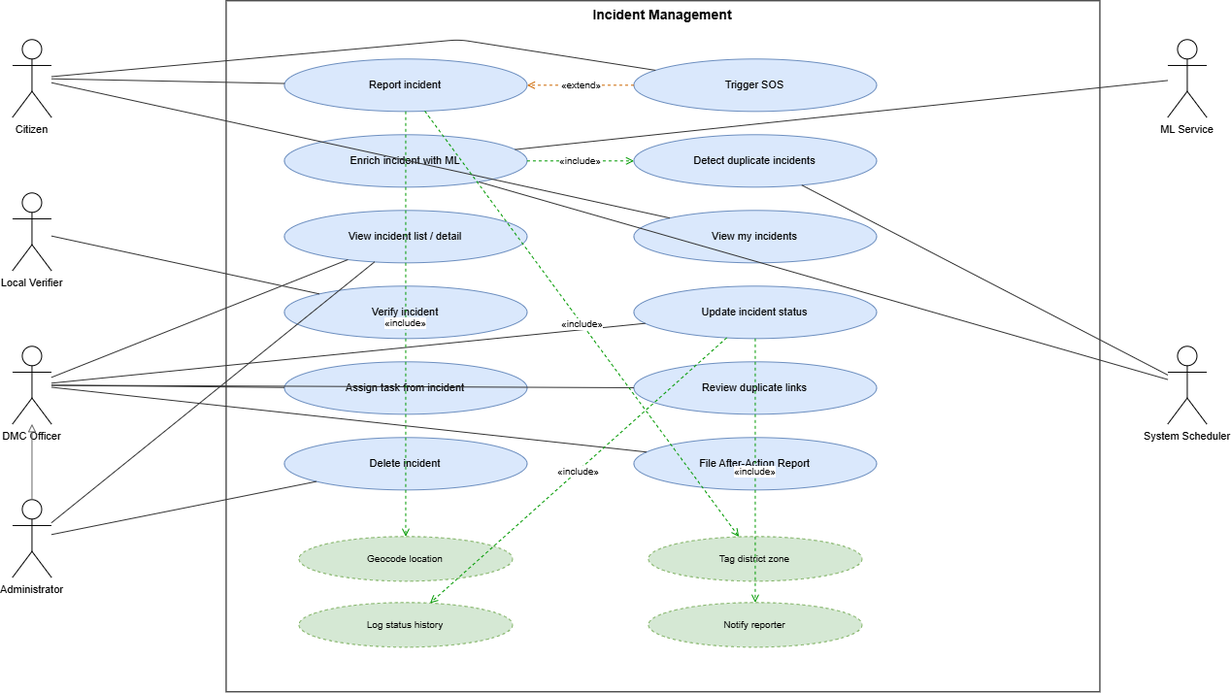
Before: research-report-source/diagrams/pngs/Figure_4.4_UseCase_Incident_Management.drawio.png, a diagram exported from draw.io (DeshanDV1003/Suraksha---Web-App). Source tidied: cells renumbered, new cells last; positions are measured from the earlier drawing's top-left corner, leaving out a move shared by most shapes. Source of this version:
```xml
<mxGraphModel>
  <root>
    <mxCell id="0" />
    <mxCell id="1" parent="0" />
    <mxCell id="2" value="Incident Management" style="rounded=0;whiteSpace=wrap;html=1;verticalAlign=top;fontStyle=1;fontSize=14;fillColor=none;strokeColor=#000000;" parent="1" vertex="1">
      <mxGeometry x="220" width="900" height="712" as="geometry" />
    </mxCell>
    <mxCell id="3" value="Report incident" style="ellipse;whiteSpace=wrap;html=1;fillColor=#dae8fc;strokeColor=#6c8ebf;fontSize=11;" parent="1" vertex="1">
      <mxGeometry x="280" y="60" width="250" height="54" as="geometry" />
    </mxCell>
    <mxCell id="4" value="Trigger SOS" style="ellipse;whiteSpace=wrap;html=1;fillColor=#dae8fc;strokeColor=#6c8ebf;fontSize=11;" parent="1" vertex="1">
      <mxGeometry x="640" y="60" width="250" height="54" as="geometry" />
    </mxCell>
    <mxCell id="5" value="Enrich incident with ML" style="ellipse;whiteSpace=wrap;html=1;fillColor=#dae8fc;strokeColor=#6c8ebf;fontSize=11;" parent="1" vertex="1">
      <mxGeometry x="280" y="138" width="250" height="54" as="geometry" />
    </mxCell>
    <mxCell id="6" value="Detect duplicate incidents" style="ellipse;whiteSpace=wrap;html=1;fillColor=#dae8fc;strokeColor=#6c8ebf;fontSize=11;" parent="1" vertex="1">
      <mxGeometry x="640" y="138" width="250" height="54" as="geometry" />
    </mxCell>
    <mxCell id="7" value="View incident list / detail" style="ellipse;whiteSpace=wrap;html=1;fillColor=#dae8fc;strokeColor=#6c8ebf;fontSize=11;" parent="1" vertex="1">
      <mxGeometry x="280" y="216" width="250" height="54" as="geometry" />
    </mxCell>
    <mxCell id="8" value="View my incidents" style="ellipse;whiteSpace=wrap;html=1;fillColor=#dae8fc;strokeColor=#6c8ebf;fontSize=11;" parent="1" vertex="1">
      <mxGeometry x="640" y="216" width="250" height="54" as="geometry" />
    </mxCell>
    <mxCell id="9" value="Verify incident" style="ellipse;whiteSpace=wrap;html=1;fillColor=#dae8fc;strokeColor=#6c8ebf;fontSize=11;" parent="1" vertex="1">
      <mxGeometry x="280" y="294" width="250" height="54" as="geometry" />
    </mxCell>
    <mxCell id="10" value="Update incident status" style="ellipse;whiteSpace=wrap;html=1;fillColor=#dae8fc;strokeColor=#6c8ebf;fontSize=11;" parent="1" vertex="1">
      <mxGeometry x="640" y="294" width="250" height="54" as="geometry" />
    </mxCell>
    <mxCell id="11" value="Assign task from incident" style="ellipse;whiteSpace=wrap;html=1;fillColor=#dae8fc;strokeColor=#6c8ebf;fontSize=11;" parent="1" vertex="1">
      <mxGeometry x="280" y="372" width="250" height="54" as="geometry" />
    </mxCell>
    <mxCell id="12" value="Review duplicate links" style="ellipse;whiteSpace=wrap;html=1;fillColor=#dae8fc;strokeColor=#6c8ebf;fontSize=11;" parent="1" vertex="1">
      <mxGeometry x="640" y="372" width="250" height="54" as="geometry" />
    </mxCell>
    <mxCell id="13" value="Delete incident" style="ellipse;whiteSpace=wrap;html=1;fillColor=#dae8fc;strokeColor=#6c8ebf;fontSize=11;" parent="1" vertex="1">
      <mxGeometry x="280" y="450" width="250" height="54" as="geometry" />
    </mxCell>
    <mxCell id="14" value="File After-Action Report" style="ellipse;whiteSpace=wrap;html=1;fillColor=#dae8fc;strokeColor=#6c8ebf;fontSize=11;" parent="1" vertex="1">
      <mxGeometry x="640" y="450" width="250" height="54" as="geometry" />
    </mxCell>
    <mxCell id="15" value="Geocode location" style="ellipse;whiteSpace=wrap;html=1;fillColor=#d5e8d4;strokeColor=#82b366;dashed=1;fontSize=10;" parent="1" vertex="1">
      <mxGeometry x="295" y="552" width="220" height="46" as="geometry" />
    </mxCell>
    <mxCell id="16" value="Tag district zone" style="ellipse;whiteSpace=wrap;html=1;fillColor=#d5e8d4;strokeColor=#82b366;dashed=1;fontSize=10;" parent="1" vertex="1">
      <mxGeometry x="655" y="552" width="220" height="46" as="geometry" />
    </mxCell>
    <mxCell id="17" value="Log status history" style="ellipse;whiteSpace=wrap;html=1;fillColor=#d5e8d4;strokeColor=#82b366;dashed=1;fontSize=10;" parent="1" vertex="1">
      <mxGeometry x="295" y="620" width="220" height="46" as="geometry" />
    </mxCell>
    <mxCell id="18" value="Notify reporter" style="ellipse;whiteSpace=wrap;html=1;fillColor=#d5e8d4;strokeColor=#82b366;dashed=1;fontSize=10;" parent="1" vertex="1">
      <mxGeometry x="655" y="620" width="220" height="46" as="geometry" />
    </mxCell>
    <mxCell id="19" value="Citizen" style="shape=umlActor;verticalLabelPosition=bottom;verticalAlign=top;html=1;outlineConnect=0;fontSize=11;" parent="1" vertex="1">
      <mxGeometry y="40" width="40" height="80" as="geometry" />
    </mxCell>
    <mxCell id="20" value="Local Verifier" style="shape=umlActor;verticalLabelPosition=bottom;verticalAlign=top;html=1;outlineConnect=0;fontSize=11;" parent="1" vertex="1">
      <mxGeometry y="198" width="40" height="80" as="geometry" />
    </mxCell>
    <mxCell id="21" value="DMC Officer" style="shape=umlActor;verticalLabelPosition=bottom;verticalAlign=top;html=1;outlineConnect=0;fontSize=11;" parent="1" vertex="1">
      <mxGeometry y="356" width="40" height="80" as="geometry" />
    </mxCell>
    <mxCell id="22" value="Administrator" style="shape=umlActor;verticalLabelPosition=bottom;verticalAlign=top;html=1;outlineConnect=0;fontSize=11;" parent="1" vertex="1">
      <mxGeometry y="514" width="40" height="80" as="geometry" />
    </mxCell>
    <mxCell id="23" value="ML Service" style="shape=umlActor;verticalLabelPosition=bottom;verticalAlign=top;html=1;outlineConnect=0;fontSize=11;" parent="1" vertex="1">
      <mxGeometry x="1190" y="40" width="40" height="80" as="geometry" />
    </mxCell>
    <mxCell id="24" value="System Scheduler" style="shape=umlActor;verticalLabelPosition=bottom;verticalAlign=top;html=1;outlineConnect=0;fontSize=11;" parent="1" vertex="1">
      <mxGeometry x="1190" y="356" width="40" height="80" as="geometry" />
    </mxCell>
    <mxCell id="25" style="endArrow=block;endFill=0;html=1;strokeColor=#666666;" parent="1" edge="1" source="22" target="21">
      <mxGeometry relative="1" as="geometry" />
    </mxCell>
    <mxCell id="26" style="endArrow=none;html=1;strokeColor=#333333;" parent="1" edge="1" source="19" target="3">
      <mxGeometry relative="1" as="geometry" />
    </mxCell>
    <mxCell id="27" style="endArrow=none;html=1;strokeColor=#333333;" parent="1" edge="1" source="19" target="4">
      <mxGeometry relative="1" as="geometry">
        <Array as="points">
          <mxPoint x="460" y="40" />
        </Array>
      </mxGeometry>
    </mxCell>
    <mxCell id="28" style="endArrow=none;html=1;strokeColor=#333333;" parent="1" edge="1" source="23" target="5">
      <mxGeometry relative="1" as="geometry" />
    </mxCell>
    <mxCell id="29" style="endArrow=none;html=1;strokeColor=#333333;" parent="1" edge="1" source="24" target="5">
      <mxGeometry relative="1" as="geometry" />
    </mxCell>
    <mxCell id="30" style="endArrow=none;html=1;strokeColor=#333333;" parent="1" edge="1" source="24" target="6">
      <mxGeometry relative="1" as="geometry" />
    </mxCell>
    <mxCell id="31" style="endArrow=none;html=1;strokeColor=#333333;" parent="1" edge="1" source="21" target="7">
      <mxGeometry relative="1" as="geometry" />
    </mxCell>
    <mxCell id="32" style="endArrow=none;html=1;strokeColor=#333333;" parent="1" edge="1" source="22" target="7">
      <mxGeometry relative="1" as="geometry" />
    </mxCell>
    <mxCell id="33" style="endArrow=none;html=1;strokeColor=#333333;" parent="1" edge="1" source="19" target="8">
      <mxGeometry relative="1" as="geometry" />
    </mxCell>
    <mxCell id="34" style="endArrow=none;html=1;strokeColor=#333333;" parent="1" edge="1" source="20" target="9">
      <mxGeometry relative="1" as="geometry" />
    </mxCell>
    <mxCell id="35" style="endArrow=none;html=1;strokeColor=#333333;" parent="1" edge="1" source="21" target="10">
      <mxGeometry relative="1" as="geometry" />
    </mxCell>
    <mxCell id="36" style="endArrow=none;html=1;strokeColor=#333333;" parent="1" edge="1" source="21" target="11">
      <mxGeometry relative="1" as="geometry" />
    </mxCell>
    <mxCell id="37" style="endArrow=none;html=1;strokeColor=#333333;" parent="1" edge="1" source="21" target="12">
      <mxGeometry relative="1" as="geometry" />
    </mxCell>
    <mxCell id="38" style="endArrow=none;html=1;strokeColor=#333333;" parent="1" edge="1" source="22" target="13">
      <mxGeometry relative="1" as="geometry" />
    </mxCell>
    <mxCell id="39" style="endArrow=none;html=1;strokeColor=#333333;" parent="1" edge="1" source="21" target="14">
      <mxGeometry relative="1" as="geometry" />
    </mxCell>
    <mxCell id="40" value="«include»" style="endArrow=open;endFill=0;html=1;dashed=1;fontSize=10;strokeColor=#009900;" parent="1" edge="1" source="3" target="15">
      <mxGeometry relative="1" as="geometry" />
    </mxCell>
    <mxCell id="41" value="«include»" style="endArrow=open;endFill=0;html=1;dashed=1;fontSize=10;strokeColor=#009900;" parent="1" edge="1" source="3" target="16">
      <mxGeometry relative="1" as="geometry" />
    </mxCell>
    <mxCell id="42" value="«include»" style="endArrow=open;endFill=0;html=1;dashed=1;fontSize=10;strokeColor=#009900;" parent="1" edge="1" source="5" target="6">
      <mxGeometry relative="1" as="geometry" />
    </mxCell>
    <mxCell id="43" value="«include»" style="endArrow=open;endFill=0;html=1;dashed=1;fontSize=10;strokeColor=#009900;" parent="1" edge="1" source="10" target="17">
      <mxGeometry relative="1" as="geometry" />
    </mxCell>
    <mxCell id="44" value="«include»" style="endArrow=open;endFill=0;html=1;dashed=1;fontSize=10;strokeColor=#009900;" parent="1" edge="1" source="10" target="18">
      <mxGeometry relative="1" as="geometry" />
    </mxCell>
    <mxCell id="45" value="«extend»" style="endArrow=open;endFill=0;html=1;dashed=1;fontSize=10;strokeColor=#cc6600;" parent="1" edge="1" source="4" target="3">
      <mxGeometry relative="1" as="geometry" />
    </mxCell>
  </root>
</mxGraphModel>
```
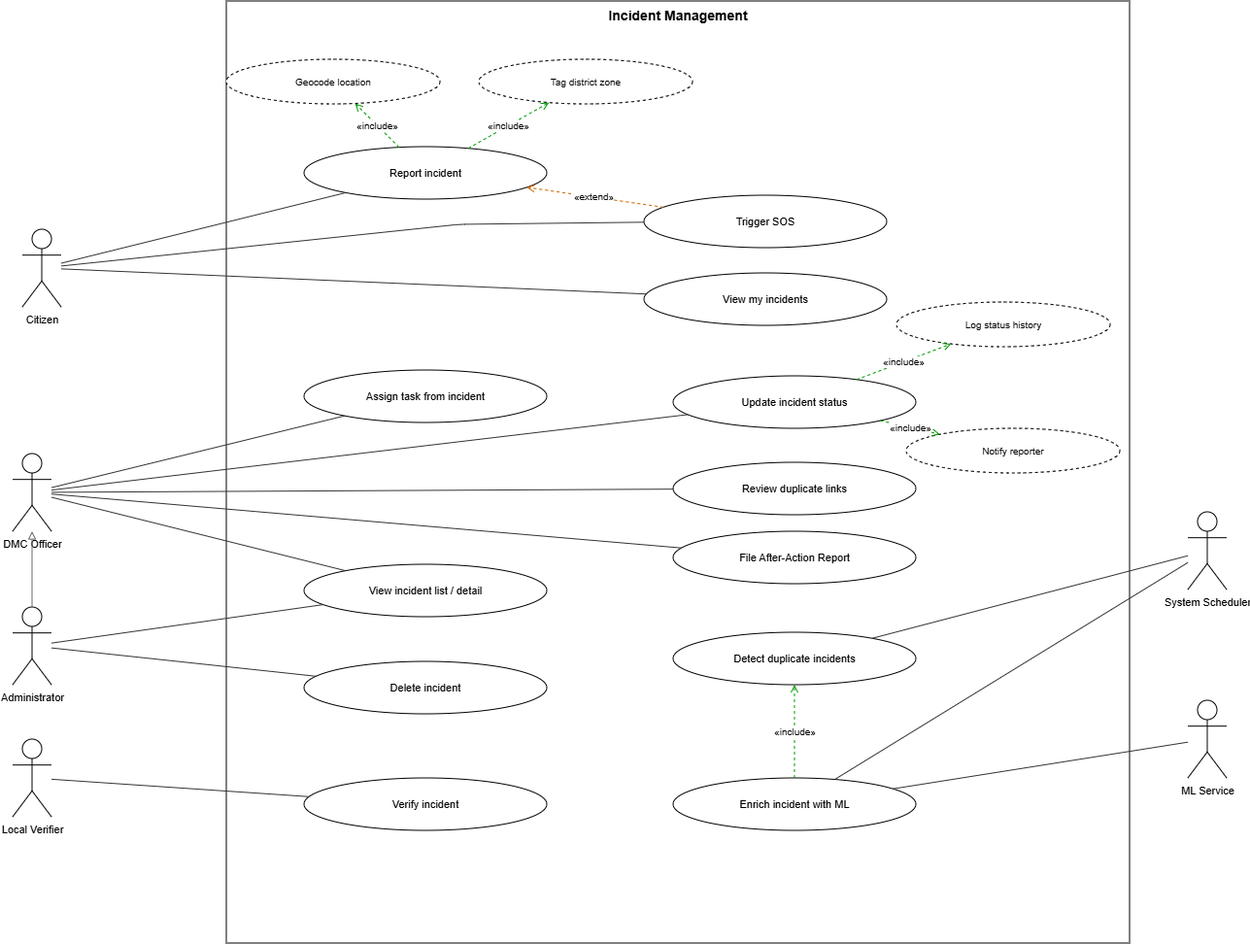
After the change.

The edit, as a diff of the source:
```diff
@@ -2,62 +2,62 @@
   <root>
     <mxCell id="0" />
     <mxCell id="1" parent="0" />
-    <mxCell id="2" value="Incident Management" style="rounded=0;whiteSpace=wrap;html=1;verticalAlign=top;fontStyle=1;fontSize=14;fillColor=none;strokeColor=#000000;" parent="1" vertex="1">
-      <mxGeometry x="220" width="900" height="712" as="geometry" />
+    <mxCell id="2" value="Incident Management" style="rounded=0;whiteSpace=wrap;html=1;verticalAlign=top;fontStyle=1;fontSize=14;" parent="1" vertex="1">
+      <mxGeometry x="220" y="-110" width="930" height="970" as="geometry" />
     </mxCell>
-    <mxCell id="3" value="Report incident" style="ellipse;whiteSpace=wrap;html=1;fillColor=#dae8fc;strokeColor=#6c8ebf;fontSize=11;" parent="1" vertex="1">
-      <mxGeometry x="280" y="60" width="250" height="54" as="geometry" />
+    <mxCell id="3" value="Report incident" style="ellipse;whiteSpace=wrap;html=1;fontSize=11;" parent="1" vertex="1">
+      <mxGeometry x="300" y="40" width="250" height="54" as="geometry" />
     </mxCell>
-    <mxCell id="4" value="Trigger SOS" style="ellipse;whiteSpace=wrap;html=1;fillColor=#dae8fc;strokeColor=#6c8ebf;fontSize=11;" parent="1" vertex="1">
-      <mxGeometry x="640" y="60" width="250" height="54" as="geometry" />
+    <mxCell id="4" value="Trigger SOS" style="ellipse;whiteSpace=wrap;html=1;fontSize=11;" parent="1" vertex="1">
+      <mxGeometry x="650" y="90" width="250" height="54" as="geometry" />
     </mxCell>
-    <mxCell id="5" value="Enrich incident with ML" style="ellipse;whiteSpace=wrap;html=1;fillColor=#dae8fc;strokeColor=#6c8ebf;fontSize=11;" parent="1" vertex="1">
-      <mxGeometry x="280" y="138" width="250" height="54" as="geometry" />
+    <mxCell id="5" value="Enrich incident with ML" style="ellipse;whiteSpace=wrap;html=1;fontSize=11;" parent="1" vertex="1">
+      <mxGeometry x="680" y="690" width="250" height="54" as="geometry" />
     </mxCell>
-    <mxCell id="6" value="Detect duplicate incidents" style="ellipse;whiteSpace=wrap;html=1;fillColor=#dae8fc;strokeColor=#6c8ebf;fontSize=11;" parent="1" vertex="1">
-      <mxGeometry x="640" y="138" width="250" height="54" as="geometry" />
+    <mxCell id="6" value="Detect duplicate incidents" style="ellipse;whiteSpace=wrap;html=1;fontSize=11;" parent="1" vertex="1">
+      <mxGeometry x="680" y="540" width="250" height="54" as="geometry" />
     </mxCell>
-    <mxCell id="7" value="View incident list / detail" style="ellipse;whiteSpace=wrap;html=1;fillColor=#dae8fc;strokeColor=#6c8ebf;fontSize=11;" parent="1" vertex="1">
-      <mxGeometry x="280" y="216" width="250" height="54" as="geometry" />
+    <mxCell id="7" value="View incident list / detail" style="ellipse;whiteSpace=wrap;html=1;fontSize=11;" parent="1" vertex="1">
+      <mxGeometry x="300" y="470" width="250" height="54" as="geometry" />
     </mxCell>
-    <mxCell id="8" value="View my incidents" style="ellipse;whiteSpace=wrap;html=1;fillColor=#dae8fc;strokeColor=#6c8ebf;fontSize=11;" parent="1" vertex="1">
-      <mxGeometry x="640" y="216" width="250" height="54" as="geometry" />
+    <mxCell id="8" value="View my incidents" style="ellipse;whiteSpace=wrap;html=1;fontSize=11;" parent="1" vertex="1">
+      <mxGeometry x="650" y="170" width="250" height="54" as="geometry" />
     </mxCell>
-    <mxCell id="9" value="Verify incident" style="ellipse;whiteSpace=wrap;html=1;fillColor=#dae8fc;strokeColor=#6c8ebf;fontSize=11;" parent="1" vertex="1">
-      <mxGeometry x="280" y="294" width="250" height="54" as="geometry" />
+    <mxCell id="9" value="Verify incident" style="ellipse;whiteSpace=wrap;html=1;fontSize=11;" parent="1" vertex="1">
+      <mxGeometry x="300" y="690" width="250" height="54" as="geometry" />
     </mxCell>
-    <mxCell id="10" value="Update incident status" style="ellipse;whiteSpace=wrap;html=1;fillColor=#dae8fc;strokeColor=#6c8ebf;fontSize=11;" parent="1" vertex="1">
-      <mxGeometry x="640" y="294" width="250" height="54" as="geometry" />
+    <mxCell id="10" value="Update incident status" style="ellipse;whiteSpace=wrap;html=1;fontSize=11;" parent="1" vertex="1">
+      <mxGeometry x="680" y="276" width="250" height="54" as="geometry" />
     </mxCell>
-    <mxCell id="11" value="Assign task from incident" style="ellipse;whiteSpace=wrap;html=1;fillColor=#dae8fc;strokeColor=#6c8ebf;fontSize=11;" parent="1" vertex="1">
-      <mxGeometry x="280" y="372" width="250" height="54" as="geometry" />
+    <mxCell id="11" value="Assign task from incident" style="ellipse;whiteSpace=wrap;html=1;fontSize=11;" parent="1" vertex="1">
+      <mxGeometry x="300" y="270" width="250" height="54" as="geometry" />
     </mxCell>
-    <mxCell id="12" value="Review duplicate links" style="ellipse;whiteSpace=wrap;html=1;fillColor=#dae8fc;strokeColor=#6c8ebf;fontSize=11;" parent="1" vertex="1">
-      <mxGeometry x="640" y="372" width="250" height="54" as="geometry" />
+    <mxCell id="12" value="Review duplicate links" style="ellipse;whiteSpace=wrap;html=1;fontSize=11;" parent="1" vertex="1">
+      <mxGeometry x="680" y="365" width="250" height="54" as="geometry" />
     </mxCell>
-    <mxCell id="13" value="Delete incident" style="ellipse;whiteSpace=wrap;html=1;fillColor=#dae8fc;strokeColor=#6c8ebf;fontSize=11;" parent="1" vertex="1">
-      <mxGeometry x="280" y="450" width="250" height="54" as="geometry" />
+    <mxCell id="13" value="Delete incident" style="ellipse;whiteSpace=wrap;html=1;fontSize=11;" parent="1" vertex="1">
+      <mxGeometry x="300" y="570" width="250" height="54" as="geometry" />
     </mxCell>
-    <mxCell id="14" value="File After-Action Report" style="ellipse;whiteSpace=wrap;html=1;fillColor=#dae8fc;strokeColor=#6c8ebf;fontSize=11;" parent="1" vertex="1">
-      <mxGeometry x="640" y="450" width="250" height="54" as="geometry" />
+    <mxCell id="14" value="File After-Action Report" style="ellipse;whiteSpace=wrap;html=1;fontSize=11;" parent="1" vertex="1">
+      <mxGeometry x="680" y="436" width="250" height="54" as="geometry" />
     </mxCell>
-    <mxCell id="15" value="Geocode location" style="ellipse;whiteSpace=wrap;html=1;fillColor=#d5e8d4;strokeColor=#82b366;dashed=1;fontSize=10;" parent="1" vertex="1">
-      <mxGeometry x="295" y="552" width="220" height="46" as="geometry" />
+    <mxCell id="15" value="Geocode location" style="ellipse;whiteSpace=wrap;html=1;dashed=1;fontSize=10;" parent="1" vertex="1">
+      <mxGeometry x="220" y="-50" width="220" height="46" as="geometry" />
     </mxCell>
-    <mxCell id="16" value="Tag district zone" style="ellipse;whiteSpace=wrap;html=1;fillColor=#d5e8d4;strokeColor=#82b366;dashed=1;fontSize=10;" parent="1" vertex="1">
-      <mxGeometry x="655" y="552" width="220" height="46" as="geometry" />
+    <mxCell id="16" value="Tag district zone" style="ellipse;whiteSpace=wrap;html=1;dashed=1;fontSize=10;" parent="1" vertex="1">
+      <mxGeometry x="480" y="-50" width="220" height="46" as="geometry" />
     </mxCell>
-    <mxCell id="17" value="Log status history" style="ellipse;whiteSpace=wrap;html=1;fillColor=#d5e8d4;strokeColor=#82b366;dashed=1;fontSize=10;" parent="1" vertex="1">
-      <mxGeometry x="295" y="620" width="220" height="46" as="geometry" />
+    <mxCell id="17" value="Log status history" style="ellipse;whiteSpace=wrap;html=1;dashed=1;fontSize=10;" parent="1" vertex="1">
+      <mxGeometry x="910" y="200" width="220" height="46" as="geometry" />
     </mxCell>
-    <mxCell id="18" value="Notify reporter" style="ellipse;whiteSpace=wrap;html=1;fillColor=#d5e8d4;strokeColor=#82b366;dashed=1;fontSize=10;" parent="1" vertex="1">
-      <mxGeometry x="655" y="620" width="220" height="46" as="geometry" />
+    <mxCell id="18" value="Notify reporter" style="ellipse;whiteSpace=wrap;html=1;dashed=1;fontSize=10;" parent="1" vertex="1">
+      <mxGeometry x="920" y="330" width="220" height="46" as="geometry" />
     </mxCell>
     <mxCell id="19" value="Citizen" style="shape=umlActor;verticalLabelPosition=bottom;verticalAlign=top;html=1;outlineConnect=0;fontSize=11;" parent="1" vertex="1">
-      <mxGeometry y="40" width="40" height="80" as="geometry" />
+      <mxGeometry x="10" y="125" width="40" height="80" as="geometry" />
     </mxCell>
     <mxCell id="20" value="Local Verifier" style="shape=umlActor;verticalLabelPosition=bottom;verticalAlign=top;html=1;outlineConnect=0;fontSize=11;" parent="1" vertex="1">
-      <mxGeometry y="198" width="40" height="80" as="geometry" />
+      <mxGeometry y="650" width="40" height="80" as="geometry" />
     </mxCell>
     <mxCell id="21" value="DMC Officer" style="shape=umlActor;verticalLabelPosition=bottom;verticalAlign=top;html=1;outlineConnect=0;fontSize=11;" parent="1" vertex="1">
       <mxGeometry y="356" width="40" height="80" as="geometry" />
@@ -66,10 +66,10 @@
       <mxGeometry y="514" width="40" height="80" as="geometry" />
     </mxCell>
     <mxCell id="23" value="ML Service" style="shape=umlActor;verticalLabelPosition=bottom;verticalAlign=top;html=1;outlineConnect=0;fontSize=11;" parent="1" vertex="1">
-      <mxGeometry x="1190" y="40" width="40" height="80" as="geometry" />
+      <mxGeometry x="1210" y="610" width="40" height="80" as="geometry" />
     </mxCell>
     <mxCell id="24" value="System Scheduler" style="shape=umlActor;verticalLabelPosition=bottom;verticalAlign=top;html=1;outlineConnect=0;fontSize=11;" parent="1" vertex="1">
-      <mxGeometry x="1190" y="356" width="40" height="80" as="geometry" />
+      <mxGeometry x="1210" y="416" width="40" height="80" as="geometry" />
     </mxCell>
     <mxCell id="25" style="endArrow=block;endFill=0;html=1;strokeColor=#666666;" parent="1" edge="1" source="22" target="21">
       <mxGeometry relative="1" as="geometry" />
@@ -80,7 +80,7 @@
     <mxCell id="27" style="endArrow=none;html=1;strokeColor=#333333;" parent="1" edge="1" source="19" target="4">
       <mxGeometry relative="1" as="geometry">
         <Array as="points">
-          <mxPoint x="460" y="40" />
+          <mxPoint x="460" y="120" />
         </Array>
       </mxGeometry>
     </mxCell>
```
